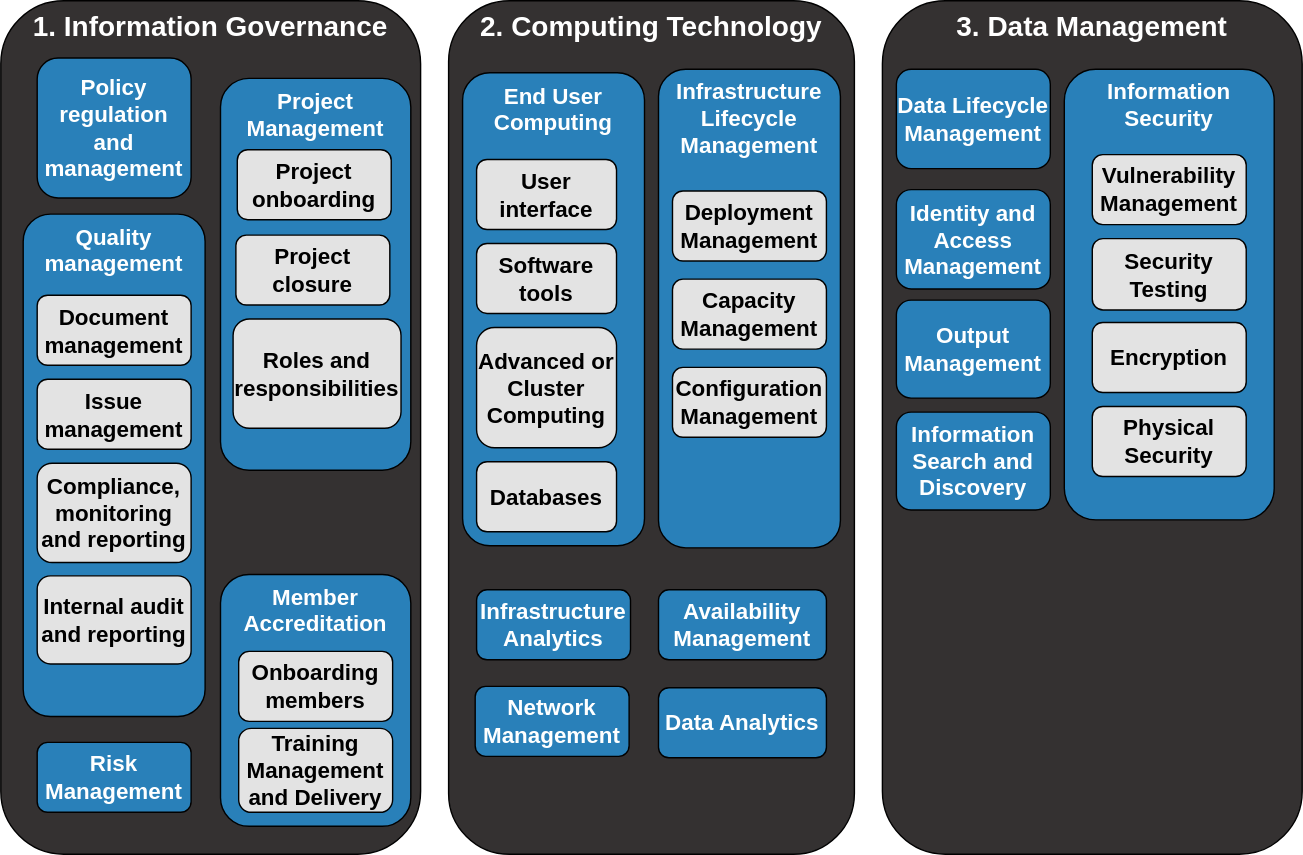
Before: docs/images/Capability_Map/full.drawio.svg, a diagram exported from draw.io (sa-tre/satre-specification). Source tidied: cells renumbered, new cells last; positions are measured from the earlier drawing's top-left corner, leaving out a move shared by most shapes.
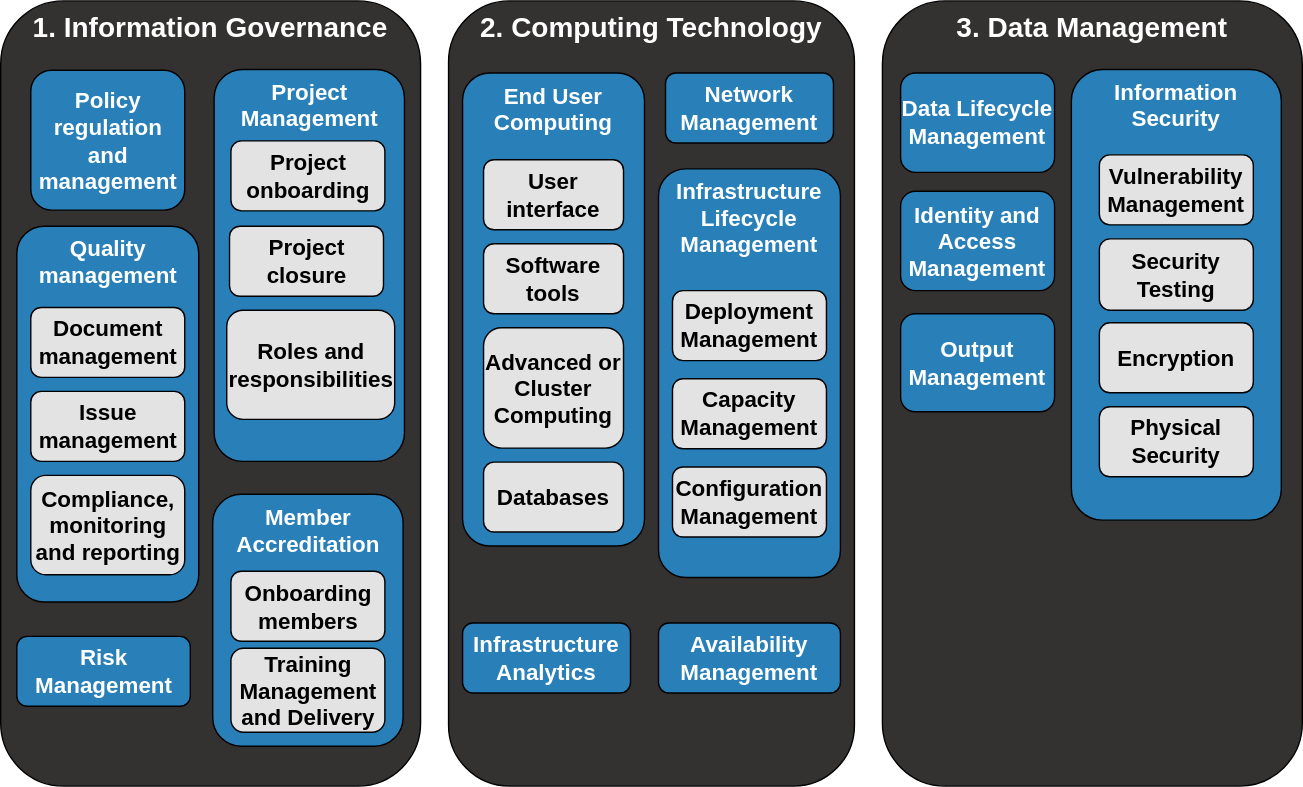
After the commit.

Commit message:
tidy cap map and remove deleted

Diff of the diagram source:
```diff
@@ -3,121 +3,112 @@
     <mxCell id="0" />
     <mxCell id="1" parent="0" />
     <mxCell id="2" value="&lt;font color=&quot;#ffffff&quot; style=&quot;font-size: 20px;&quot;&gt;2. Computing Technology&lt;/font&gt;" style="rounded=1;whiteSpace=wrap;html=1;fillColor=#343131;strokeColor=#000000;verticalAlign=top;fontSize=20;fontStyle=1;" parent="1" vertex="1">
-      <mxGeometry x="320" width="290" height="610" as="geometry" />
+      <mxGeometry x="320" width="290" height="561" as="geometry" />
     </mxCell>
     <mxCell id="3" value="&lt;font color=&quot;#ffffff&quot; style=&quot;font-size: 20px;&quot;&gt;1. Information Governance&lt;/font&gt;" style="rounded=1;whiteSpace=wrap;html=1;fillColor=#343131;strokeColor=#000000;verticalAlign=top;fontSize=20;fontStyle=1;" parent="1" vertex="1">
-      <mxGeometry width="300" height="610" as="geometry" />
+      <mxGeometry width="300" height="561" as="geometry" />
     </mxCell>
     <mxCell id="4" value="&lt;font color=&quot;#ffffff&quot; style=&quot;font-size: 20px;&quot;&gt;3. Data Management&lt;/font&gt;" style="rounded=1;whiteSpace=wrap;html=1;fillColor=#343131;strokeColor=#000000;verticalAlign=top;fontSize=20;fontStyle=1;gradientColor=none;" parent="1" vertex="1">
-      <mxGeometry x="630" width="300" height="610" as="geometry" />
+      <mxGeometry x="630" width="300" height="561" as="geometry" />
     </mxCell>
     <mxCell id="5" value="&lt;font style=&quot;font-size: 16px;&quot;&gt;Member Accreditation&lt;/font&gt;" style="rounded=1;whiteSpace=wrap;html=1;fillColor=#2980B9;strokeColor=#000000;verticalAlign=top;fontSize=16;fontStyle=1;fontColor=#FFFFFF;" parent="1" vertex="1">
-      <mxGeometry x="157" y="410" width="136" height="180" as="geometry" />
+      <mxGeometry x="151.5" y="352.5" width="136" height="180" as="geometry" />
     </mxCell>
     <mxCell id="6" value="&lt;font style=&quot;font-size: 16px;&quot;&gt;Risk Management&lt;/font&gt;" style="rounded=1;whiteSpace=wrap;html=1;fillColor=#2980B9;strokeColor=#000000;fontSize=16;fontStyle=1;fontColor=#FFFFFF;" parent="1" vertex="1">
-      <mxGeometry x="26" y="530" width="110" height="50" as="geometry" />
+      <mxGeometry x="11.5" y="454" width="124" height="50" as="geometry" />
     </mxCell>
     <mxCell id="7" value="&lt;font style=&quot;font-size: 16px;&quot;&gt;Training Management and Delivery&lt;/font&gt;" style="rounded=1;whiteSpace=wrap;html=1;fillColor=#E3E3E3;strokeColor=#000000;fontSize=16;fontStyle=1;fontColor=#000000;labelBorderColor=none;" parent="1" vertex="1">
-      <mxGeometry x="170" y="520" width="110" height="60" as="geometry" />
+      <mxGeometry x="164.5" y="462.5" width="110" height="60" as="geometry" />
     </mxCell>
     <mxCell id="8" value="&lt;font style=&quot;font-size: 16px;&quot;&gt;Infrastructure Lifecycle Management&amp;nbsp;&lt;/font&gt;" style="rounded=1;whiteSpace=wrap;html=1;fillColor=#2980B9;strokeColor=#000000;verticalAlign=top;fontSize=16;fontStyle=1;fontColor=#FFFFFF;" parent="1" vertex="1">
-      <mxGeometry x="470" y="49" width="130" height="342" as="geometry" />
+      <mxGeometry x="470" y="120" width="130" height="292" as="geometry" />
     </mxCell>
     <mxCell id="9" value="&lt;font style=&quot;font-size: 16px;&quot;&gt;Network Management&lt;/font&gt;" style="rounded=1;whiteSpace=wrap;html=1;fillColor=#2980B9;strokeColor=#000000;fontSize=16;fontStyle=1;fontColor=#FFFFFF;" parent="1" vertex="1">
-      <mxGeometry x="339" y="490" width="110" height="50" as="geometry" />
+      <mxGeometry x="475" y="51.5" width="120" height="50" as="geometry" />
     </mxCell>
-    <mxCell id="10" value="&lt;font style=&quot;font-size: 16px;&quot;&gt;Data Analytics&lt;/font&gt;" style="rounded=1;whiteSpace=wrap;html=1;fillColor=#2980B9;strokeColor=#000000;fontSize=16;fontStyle=1;fontColor=#FFFFFF;" parent="1" vertex="1">
-      <mxGeometry x="470" y="491" width="120" height="50" as="geometry" />
-    </mxCell>
     <mxCell id="11" value="&lt;font style=&quot;font-size: 16px;&quot;&gt;End User Computing&lt;/font&gt;" style="rounded=1;whiteSpace=wrap;html=1;fillColor=#2980B9;strokeColor=#000000;fontSize=16;fontStyle=1;verticalAlign=top;fontColor=#FFFFFF;" parent="1" vertex="1">
       <mxGeometry x="330" y="51.5" width="130" height="338" as="geometry" />
     </mxCell>
     <mxCell id="12" value="&lt;font style=&quot;font-size: 16px;&quot;&gt;Advanced or Cluster Computing&lt;/font&gt;" style="rounded=1;whiteSpace=wrap;html=1;fillColor=#E3E3E3;strokeColor=#000000;fontSize=16;fontStyle=1;fontColor=#000000;labelBorderColor=none;" parent="1" vertex="1">
-      <mxGeometry x="340" y="233.5" width="100" height="86" as="geometry" />
+      <mxGeometry x="345" y="233.5" width="100" height="86" as="geometry" />
     </mxCell>
     <mxCell id="13" value="&lt;font style=&quot;font-size: 16px;&quot;&gt;Capacity Management&lt;/font&gt;" style="rounded=1;whiteSpace=wrap;html=1;fillColor=#E3E3E3;strokeColor=#000000;fontSize=16;fontStyle=1;fontColor=#000000;labelBorderColor=none;" parent="1" vertex="1">
-      <mxGeometry x="480" y="199" width="110" height="50" as="geometry" />
+      <mxGeometry x="480" y="270" width="110" height="50" as="geometry" />
     </mxCell>
     <mxCell id="14" value="&lt;font style=&quot;font-size: 16px;&quot;&gt;Deployment Management&lt;/font&gt;" style="rounded=1;whiteSpace=wrap;html=1;fillColor=#E3E3E3;strokeColor=#000000;fontSize=16;fontStyle=1;fontColor=#000000;labelBorderColor=none;" parent="1" vertex="1">
-      <mxGeometry x="480" y="136" width="110" height="50" as="geometry" />
+      <mxGeometry x="480" y="207" width="110" height="50" as="geometry" />
     </mxCell>
     <mxCell id="15" value="&lt;font style=&quot;font-size: 16px;&quot;&gt;Configuration Management&lt;/font&gt;" style="rounded=1;whiteSpace=wrap;html=1;fillColor=#E3E3E3;strokeColor=#000000;fontSize=16;fontStyle=1;fontColor=#000000;labelBorderColor=none;" parent="1" vertex="1">
-      <mxGeometry x="480" y="262" width="110" height="50" as="geometry" />
+      <mxGeometry x="480" y="333" width="110" height="50" as="geometry" />
     </mxCell>
     <mxCell id="16" value="&lt;font style=&quot;font-size: 16px;&quot;&gt;Output Management&lt;/font&gt;" style="rounded=1;whiteSpace=wrap;html=1;fillColor=#2980B9;strokeColor=#000000;fontSize=16;fontStyle=1;fontColor=#FFFFFF;" parent="1" vertex="1">
-      <mxGeometry x="640" y="214" width="110" height="70" as="geometry" />
+      <mxGeometry x="643" y="223.5" width="110" height="70" as="geometry" />
     </mxCell>
     <mxCell id="17" value="&lt;font style=&quot;font-size: 16px;&quot;&gt;Identity and Access Management&lt;/font&gt;" style="rounded=1;whiteSpace=wrap;html=1;fillColor=#2980B9;strokeColor=#000000;fontSize=16;fontStyle=1;fontColor=#FFFFFF;" parent="1" vertex="1">
-      <mxGeometry x="640" y="135" width="110" height="71" as="geometry" />
+      <mxGeometry x="643" y="136" width="110" height="71" as="geometry" />
     </mxCell>
     <mxCell id="18" value="&lt;font style=&quot;font-size: 16px;&quot;&gt;Data Lifecycle Management&lt;/font&gt;" style="rounded=1;whiteSpace=wrap;html=1;fillColor=#2980B9;strokeColor=#000000;fontSize=16;fontStyle=1;fontColor=#FFFFFF;" parent="1" vertex="1">
-      <mxGeometry x="640" y="49" width="110" height="71" as="geometry" />
+      <mxGeometry x="643" y="51.5" width="110" height="71" as="geometry" />
     </mxCell>
-    <mxCell id="19" value="&lt;font style=&quot;font-size: 16px;&quot;&gt;Information Search and Discovery&lt;/font&gt;" style="rounded=1;whiteSpace=wrap;html=1;fillColor=#2980B9;strokeColor=#000000;fontSize=16;fontStyle=1;fontColor=#FFFFFF;" parent="1" vertex="1">
-      <mxGeometry x="640" y="294" width="110" height="70" as="geometry" />
-    </mxCell>
     <mxCell id="20" value="&lt;font style=&quot;font-size: 16px;&quot;&gt;Information Security&lt;/font&gt;" style="rounded=1;whiteSpace=wrap;html=1;fillColor=#2980B9;strokeColor=#000000;verticalAlign=top;fontSize=16;fontStyle=1;fontColor=#FFFFFF;" parent="1" vertex="1">
-      <mxGeometry x="760" y="49" width="150" height="322" as="geometry" />
+      <mxGeometry x="765" y="49" width="150" height="322" as="geometry" />
     </mxCell>
     <mxCell id="21" value="&lt;font style=&quot;font-size: 16px;&quot;&gt;Vulnerability Management&lt;/font&gt;" style="rounded=1;whiteSpace=wrap;html=1;fillColor=#E3E3E3;strokeColor=#000000;fontSize=16;fontStyle=1;fontColor=#000000;labelBorderColor=none;" parent="1" vertex="1">
-      <mxGeometry x="780" y="110" width="110" height="50" as="geometry" />
+      <mxGeometry x="785" y="110" width="110" height="50" as="geometry" />
     </mxCell>
     <mxCell id="22" value="&lt;font style=&quot;font-size: 16px;&quot;&gt;Security Testing&lt;/font&gt;" style="rounded=1;whiteSpace=wrap;html=1;fillColor=#E3E3E3;strokeColor=#000000;fontSize=16;fontStyle=1;fontColor=#000000;labelBorderColor=none;" parent="1" vertex="1">
-      <mxGeometry x="780" y="170" width="110" height="51" as="geometry" />
+      <mxGeometry x="785" y="170" width="110" height="51" as="geometry" />
     </mxCell>
     <mxCell id="23" value="&lt;font style=&quot;font-size: 16px;&quot;&gt;Encryption&lt;/font&gt;" style="rounded=1;whiteSpace=wrap;html=1;fillColor=#E3E3E3;strokeColor=#000000;fontSize=16;fontStyle=1;fontColor=#000000;labelBorderColor=none;" parent="1" vertex="1">
-      <mxGeometry x="780" y="230" width="110" height="50" as="geometry" />
+      <mxGeometry x="785" y="230" width="110" height="50" as="geometry" />
     </mxCell>
     <mxCell id="24" value="&lt;font style=&quot;font-size: 16px;&quot;&gt;Physical Security&lt;/font&gt;" style="rounded=1;whiteSpace=wrap;html=1;fillColor=#E3E3E3;strokeColor=#000000;fontSize=16;fontStyle=1;fontColor=#000000;labelBorderColor=none;" parent="1" vertex="1">
-      <mxGeometry x="780" y="290" width="110" height="50" as="geometry" />
+      <mxGeometry x="785" y="290" width="110" height="50" as="geometry" />
     </mxCell>
     <mxCell id="25" value="&lt;font style=&quot;font-size: 16px;&quot;&gt;Policy regulation and management&lt;/font&gt;" style="rounded=1;whiteSpace=wrap;html=1;fillColor=#2980B9;strokeColor=#000000;fontSize=16;fontStyle=1;fontColor=#FFFFFF;" parent="1" vertex="1">
-      <mxGeometry x="26" y="41" width="110" height="100" as="geometry" />
+      <mxGeometry x="21.5" y="49.5" width="110" height="100" as="geometry" />
     </mxCell>
     <mxCell id="26" value="&lt;font style=&quot;font-size: 16px;&quot;&gt;Quality management&lt;/font&gt;" style="rounded=1;whiteSpace=wrap;html=1;fillColor=#2980B9;strokeColor=#000000;verticalAlign=top;fontSize=16;fontStyle=1;fontColor=#FFFFFF;" parent="1" vertex="1">
-      <mxGeometry x="16" y="152.5" width="130" height="359" as="geometry" />
+      <mxGeometry x="11.5" y="161" width="130" height="268.5" as="geometry" />
     </mxCell>
     <mxCell id="27" value="&lt;font style=&quot;font-size: 16px;&quot;&gt;Document management&lt;/font&gt;" style="rounded=1;whiteSpace=wrap;html=1;fillColor=#E3E3E3;strokeColor=#000000;fontSize=16;fontStyle=1;fontColor=#000000;labelBorderColor=none;" parent="1" vertex="1">
-      <mxGeometry x="26" y="210.5" width="110" height="50" as="geometry" />
+      <mxGeometry x="21.5" y="219" width="110" height="50" as="geometry" />
     </mxCell>
     <mxCell id="28" value="&lt;font style=&quot;font-size: 16px;&quot;&gt;Issue management&lt;/font&gt;" style="rounded=1;whiteSpace=wrap;html=1;fillColor=#E3E3E3;strokeColor=#000000;fontSize=16;fontStyle=1;fontColor=#000000;labelBorderColor=none;" parent="1" vertex="1">
-      <mxGeometry x="26" y="270.5" width="110" height="50" as="geometry" />
+      <mxGeometry x="21.5" y="279" width="110" height="50" as="geometry" />
     </mxCell>
     <mxCell id="29" value="&lt;font style=&quot;font-size: 16px;&quot;&gt;Compliance, monitoring and reporting&lt;/font&gt;" style="rounded=1;whiteSpace=wrap;html=1;fillColor=#E3E3E3;strokeColor=#000000;fontSize=16;fontStyle=1;fontColor=#000000;labelBorderColor=none;" parent="1" vertex="1">
-      <mxGeometry x="26" y="330.5" width="110" height="71" as="geometry" />
+      <mxGeometry x="21.5" y="339" width="110" height="71" as="geometry" />
     </mxCell>
-    <mxCell id="30" value="&lt;font style=&quot;font-size: 16px;&quot;&gt;Internal audit and reporting&lt;/font&gt;" style="rounded=1;whiteSpace=wrap;html=1;fillColor=#E3E3E3;strokeColor=#000000;fontSize=16;fontStyle=1;fontColor=#000000;labelBorderColor=none;" parent="1" vertex="1">
-      <mxGeometry x="26" y="411" width="110" height="63" as="geometry" />
-    </mxCell>
     <mxCell id="31" value="&lt;font style=&quot;font-size: 16px;&quot;&gt;Project Management&lt;/font&gt;" style="rounded=1;whiteSpace=wrap;html=1;fillColor=#2980B9;strokeColor=#000000;verticalAlign=top;fontSize=16;fontStyle=1;fontColor=#FFFFFF;" parent="1" vertex="1">
-      <mxGeometry x="157" y="55.5" width="136" height="280" as="geometry" />
+      <mxGeometry x="152.5" y="49" width="136" height="280" as="geometry" />
     </mxCell>
     <mxCell id="32" value="&lt;font style=&quot;font-size: 16px;&quot;&gt;Project onboarding&lt;/font&gt;" style="rounded=1;whiteSpace=wrap;html=1;fillColor=#E3E3E3;strokeColor=#000000;fontSize=16;fontStyle=1;fontColor=#000000;labelBorderColor=none;" parent="1" vertex="1">
-      <mxGeometry x="169" y="106.5" width="110" height="50" as="geometry" />
+      <mxGeometry x="164.5" y="100" width="110" height="50" as="geometry" />
     </mxCell>
     <mxCell id="33" value="&lt;font style=&quot;font-size: 16px;&quot;&gt;Project closure&lt;/font&gt;" style="rounded=1;whiteSpace=wrap;html=1;fillColor=#E3E3E3;strokeColor=#000000;fontSize=16;fontStyle=1;fontColor=#000000;labelBorderColor=none;" parent="1" vertex="1">
-      <mxGeometry x="168" y="167.5" width="110" height="50" as="geometry" />
+      <mxGeometry x="163.5" y="161" width="110" height="50" as="geometry" />
     </mxCell>
     <mxCell id="34" value="&lt;font style=&quot;font-size: 16px;&quot;&gt;Roles and responsibilities&lt;/font&gt;" style="rounded=1;whiteSpace=wrap;html=1;fillColor=#E3E3E3;strokeColor=#000000;fontSize=16;fontStyle=1;fontColor=#000000;labelBorderColor=none;" parent="1" vertex="1">
-      <mxGeometry x="166" y="227.5" width="120" height="78" as="geometry" />
+      <mxGeometry x="161.5" y="221" width="120" height="78" as="geometry" />
     </mxCell>
     <mxCell id="35" value="&lt;font style=&quot;font-size: 16px;&quot;&gt;Onboarding members&lt;/font&gt;" style="rounded=1;whiteSpace=wrap;html=1;fillColor=#E3E3E3;strokeColor=#000000;fontSize=16;fontStyle=1;fontColor=#000000;labelBorderColor=none;" parent="1" vertex="1">
-      <mxGeometry x="170" y="465" width="110" height="50" as="geometry" />
+      <mxGeometry x="164.5" y="407.5" width="110" height="50" as="geometry" />
     </mxCell>
     <mxCell id="36" value="&lt;font style=&quot;font-size: 16px;&quot;&gt;User interface&lt;/font&gt;" style="rounded=1;whiteSpace=wrap;html=1;fillColor=#E3E3E3;strokeColor=#000000;fontSize=16;fontStyle=1;fontColor=#000000;labelBorderColor=none;" parent="1" vertex="1">
-      <mxGeometry x="340" y="113.5" width="100" height="50" as="geometry" />
+      <mxGeometry x="345" y="113.5" width="100" height="50" as="geometry" />
     </mxCell>
     <mxCell id="37" value="&lt;font style=&quot;font-size: 16px;&quot;&gt;Software tools&lt;/font&gt;" style="rounded=1;whiteSpace=wrap;html=1;fillColor=#E3E3E3;strokeColor=#000000;fontSize=16;fontStyle=1;fontColor=#000000;labelBorderColor=none;" parent="1" vertex="1">
-      <mxGeometry x="340" y="173.5" width="100" height="50" as="geometry" />
+      <mxGeometry x="345" y="173.5" width="100" height="50" as="geometry" />
     </mxCell>
     <mxCell id="38" value="&lt;font style=&quot;font-size: 16px;&quot;&gt;Databases&lt;/font&gt;" style="rounded=1;whiteSpace=wrap;html=1;fillColor=#E3E3E3;strokeColor=#000000;fontSize=16;fontStyle=1;fontColor=#000000;labelBorderColor=none;" parent="1" vertex="1">
-      <mxGeometry x="340" y="329.5" width="100" height="50" as="geometry" />
+      <mxGeometry x="345" y="329.5" width="100" height="50" as="geometry" />
     </mxCell>
     <mxCell id="39" value="&lt;font style=&quot;font-size: 16px;&quot;&gt;Infrastructure Analytics&lt;/font&gt;" style="rounded=1;whiteSpace=wrap;html=1;fillColor=#2980B9;strokeColor=#000000;fontSize=16;fontStyle=1;fontColor=#FFFFFF;" parent="1" vertex="1">
-      <mxGeometry x="340" y="421" width="110" height="50" as="geometry" />
+      <mxGeometry x="330" y="444.5" width="120" height="50" as="geometry" />
     </mxCell>
     <mxCell id="40" value="&lt;font style=&quot;font-size: 16px;&quot;&gt;Availability Management&lt;/font&gt;" style="rounded=1;whiteSpace=wrap;html=1;fillColor=#2980B9;strokeColor=#000000;fontSize=16;fontStyle=1;fontColor=#FFFFFF;" parent="1" vertex="1">
-      <mxGeometry x="470" y="421" width="120" height="50" as="geometry" />
+      <mxGeometry x="470" y="444.5" width="130" height="50" as="geometry" />
     </mxCell>
   </root>
 </mxGraphModel>
```
